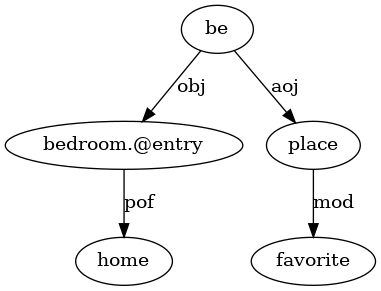
Before: scripts/Grafos/unl_0.gv.png, a diagram exported from Graphviz (aanxel/IngenieriaLinguistica). Its source is kept beside it as scripts/Grafos/unl_0.gv.
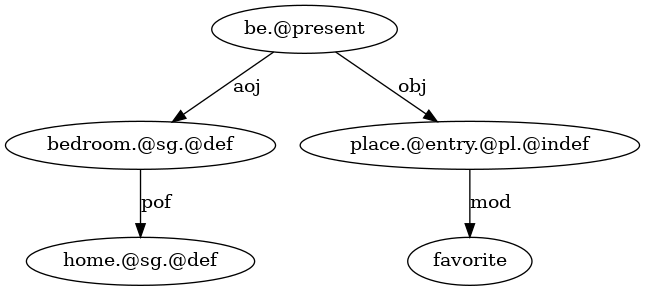
The same diagram one commit later.

Change to the diagram source:
```diff
@@ -1,11 +1,11 @@
 digraph unl_0 {
-	d [label="bedroom.@entry"]
-	b [label=home]
-	e [label=be]
-	g [label=place]
+	d [label="bedroom.@sg.@def"]
+	b [label="home.@sg.@def"]
+	e [label="be.@present"]
+	g [label="place.@entry.@pl.@indef"]
 	h [label=favorite]
 	d -> b [label=pof]
-	e -> d [label=obj]
-	e -> g [label=aoj]
+	e -> d [label=aoj]
+	e -> g [label=obj]
 	g -> h [label=mod]
 }
```
